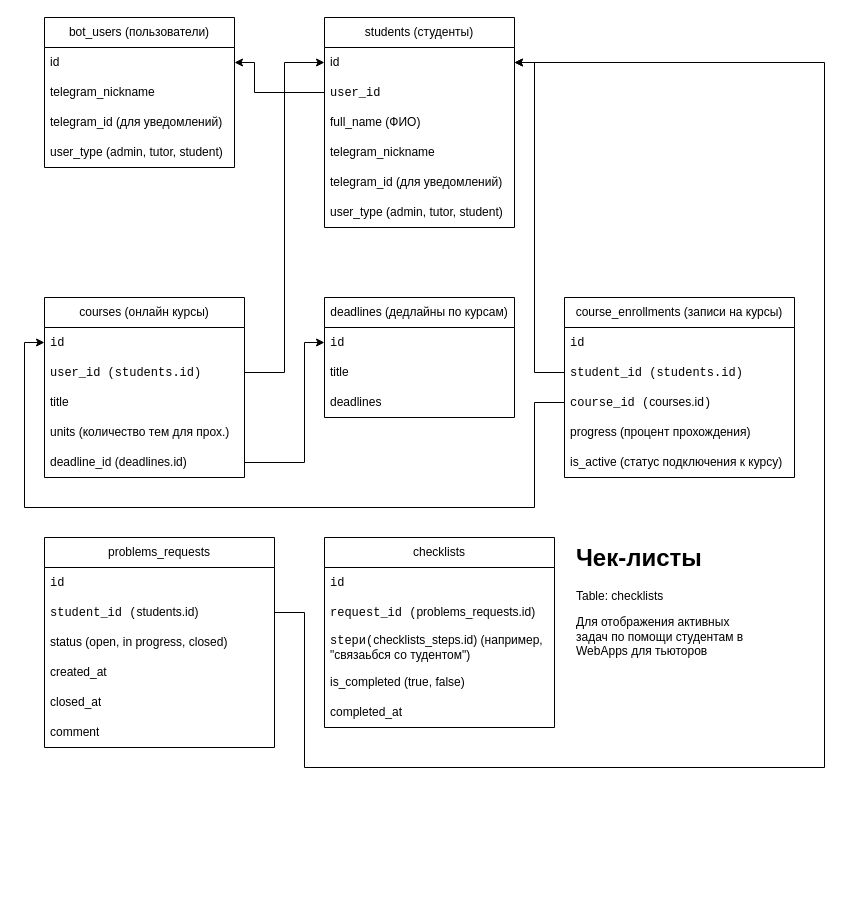
The draw.io diagram Accompanying students.drawio in GeekNekoS/Draw_io, before the edit. Source tidied: cells renumbered, new cells numbered last; positions are measured from the earlier drawing's top-left corner, leaving out a move shared by most shapes. Both pictures are drawn from the tidied source at 100%, with x=0, y=0 at pixel (24, 17).
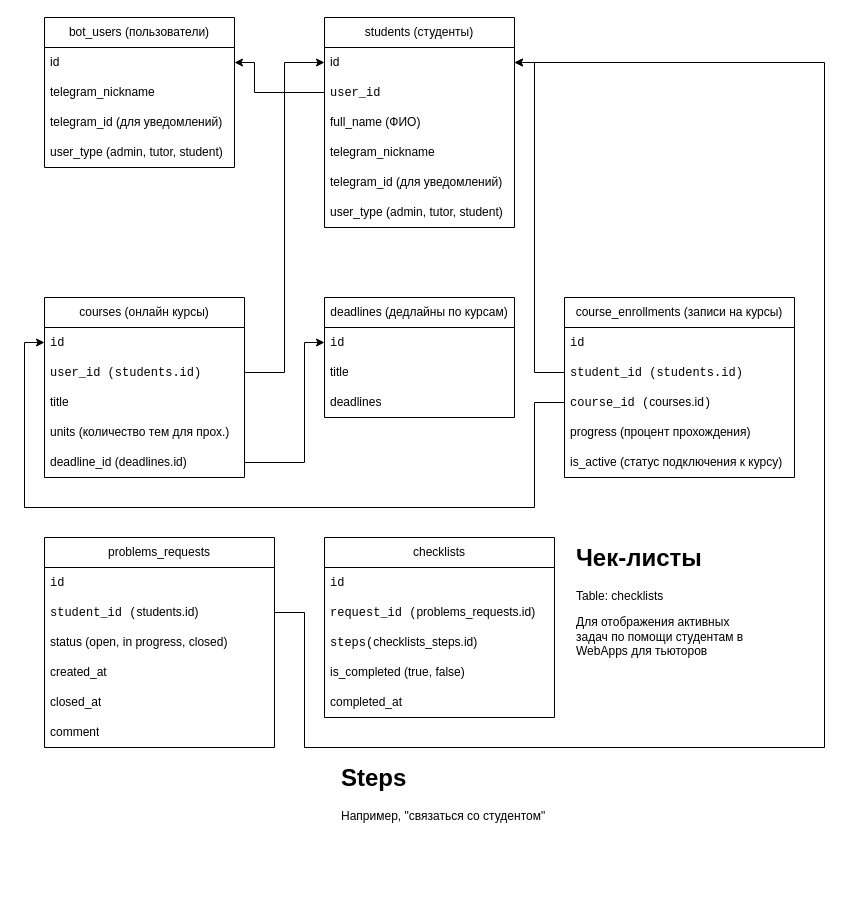
Above is the later version.

Unchanged cells that the change refers to:
```xml
<mxCell id="20" value="&lt;code&gt;student_id (&lt;/code&gt;students.id)" style="text;strokeColor=none;fillColor=none;align=left;verticalAlign=middle;spacingLeft=4;spacingRight=4;overflow=hidden;points=[[0,0.5],[1,0.5]];portConstraint=eastwest;whiteSpace=wrap;html=1;" parent="18" vertex="1">
  <mxGeometry y="60" width="230" height="30" as="geometry" />
</mxCell>
<mxCell id="37" value="id " style="text;strokeColor=none;fillColor=none;align=left;verticalAlign=middle;spacingLeft=4;spacingRight=4;overflow=hidden;points=[[0,0.5],[1,0.5]];portConstraint=eastwest;whiteSpace=wrap;html=1;" parent="36" vertex="1">
  <mxGeometry y="30" width="190" height="30" as="geometry" />
</mxCell>
```

What changed in the source:
```diff
@@
     <mxCell id="25" value="checklists" style="swimlane;fontStyle=0;horizontal=1;startSize=30;whiteSpace=wrap;html=1;" parent="1" vertex="1">
-      <mxGeometry x="300" y="520" width="230" height="190" as="geometry" />
+      <mxGeometry x="300" y="520" width="230" height="180" as="geometry" />
     </mxCell>
@@
-    <mxCell id="28" value="&lt;code&gt;stepи(&lt;/code&gt;checklists_steps.id) (например, &quot;связаьбся со тудентом&quot;)" style="text;strokeColor=none;fillColor=none;align=left;verticalAlign=middle;spacingLeft=4;spacingRight=4;overflow=hidden;whiteSpace=wrap;html=1;" parent="25" vertex="1">
-      <mxGeometry y="90" width="230" height="40" as="geometry" />
-    </mxCell>
+    <mxCell id="50" value="&lt;code&gt;steps(&lt;/code&gt;checklists_steps.id) " style="text;strokeColor=none;fillColor=none;align=left;verticalAlign=middle;spacingLeft=4;spacingRight=4;overflow=hidden;whiteSpace=wrap;html=1;" parent="25" vertex="1">
+      <mxGeometry y="90" width="230" height="30" as="geometry" />
+    </mxCell>
     <mxCell id="29" value="is_completed (true, false)" style="text;strokeColor=none;fillColor=none;align=left;verticalAlign=middle;spacingLeft=4;spacingRight=4;overflow=hidden;whiteSpace=wrap;html=1;" parent="25" vertex="1">
-      <mxGeometry y="130" width="230" height="30" as="geometry" />
+      <mxGeometry y="120" width="230" height="30" as="geometry" />
     </mxCell>
     <mxCell id="30" value="completed_at" style="text;strokeColor=none;fillColor=none;align=left;verticalAlign=middle;spacingLeft=4;spacingRight=4;overflow=hidden;whiteSpace=wrap;html=1;" parent="25" vertex="1">
-      <mxGeometry y="160" width="230" height="30" as="geometry" />
+      <mxGeometry y="150" width="230" height="30" as="geometry" />
     </mxCell>
@@
     <mxCell id="49" style="edgeStyle=orthogonalEdgeStyle;rounded=0;jettySize=auto;html=1;" parent="1" edge="1" source="20" target="37">
       <mxGeometry relative="1" as="geometry">
         <Array as="points">
           <mxPoint x="280" y="595" />
-          <mxPoint x="280" y="750" />
-          <mxPoint x="800" y="750" />
+          <mxPoint x="280" y="730" />
+          <mxPoint x="800" y="730" />
           <mxPoint x="800" y="45" />
         </Array>
       </mxGeometry>
     </mxCell>
+    <mxCell id="51" value="&lt;h1 style=&quot;margin-top: 0px;&quot;&gt;Steps&lt;br&gt;&lt;/h1&gt;Например, &quot;связаться со студентом&quot;" style="text;html=1;whiteSpace=wrap;overflow=hidden;rounded=0;" parent="1" vertex="1">
+      <mxGeometry x="315" y="740" width="215" height="130" as="geometry" />
+    </mxCell>
```
